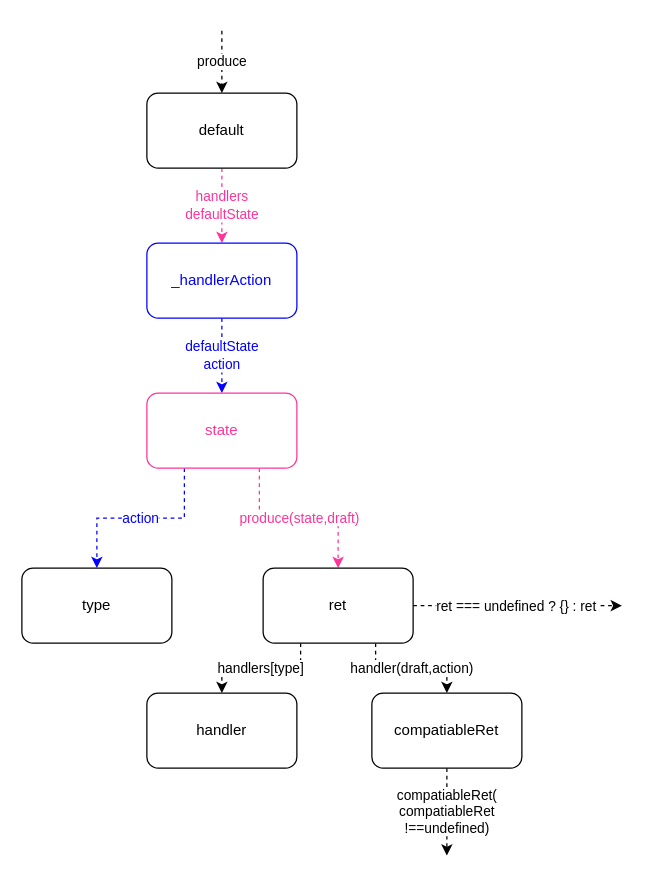
This is page "immer/src/index" (1 of 4) of background-flutter/other/Dva-dva-immer/loading.drawio from hexipei/draw.io, a draw.io file, before an edit. Source tidied: cells renumbered, new cells numbered last; positions are measured from the earlier drawing's top-left corner, leaving out a move shared by most shapes. Both pictures are drawn from the tidied source at 125%, with x=0, y=0 at pixel (21, 30).
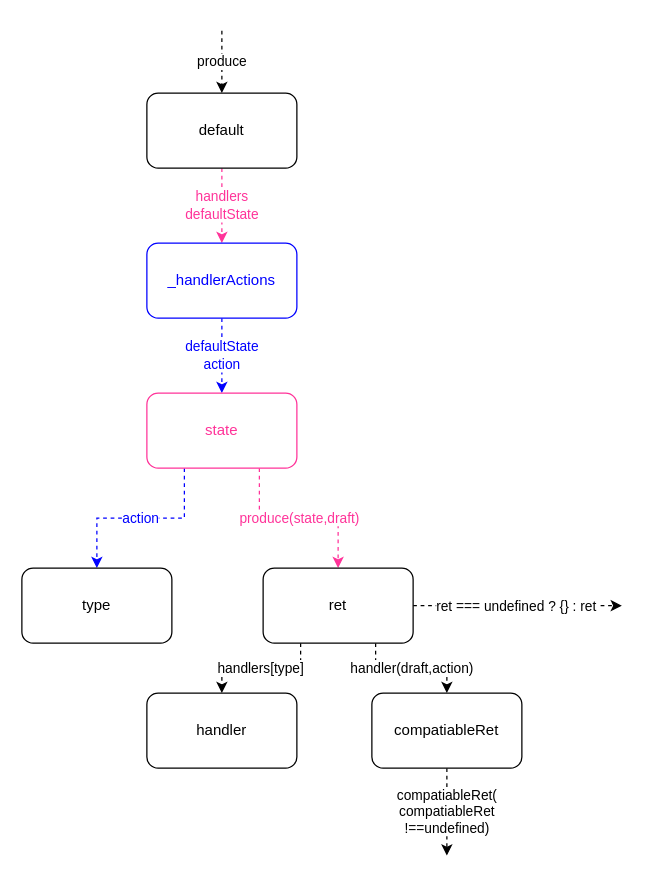
The same diagram, later.

Diff of the diagram source:
```diff
@@
 <mxGraphModel>
   <root>
     <mxCell id="0" />
     <mxCell id="1" parent="0" />
     <mxCell id="2" value="handlers&lt;br&gt;defaultState" style="edgeStyle=orthogonalEdgeStyle;rounded=0;jettySize=auto;html=1;exitX=0.5;exitY=1;exitDx=0;exitDy=0;entryX=0.5;entryY=0;entryDx=0;entryDy=0;dashed=1;fontColor=#FF3399;strokeColor=#FF3399;" parent="1" edge="1" source="3" target="6">
       <mxGeometry relative="1" as="geometry" />
     </mxCell>
     <mxCell id="3" value="default" style="rounded=1;whiteSpace=wrap;html=1;" parent="1" vertex="1">
       <mxGeometry x="100" y="50" width="120" height="60" as="geometry" />
     </mxCell>
     <mxCell id="4" value="produce" style="endArrow=classic;html=1;entryX=0.5;entryY=0;entryDx=0;entryDy=0;dashed=1;" parent="1" edge="1" target="3">
       <mxGeometry relative="1" as="geometry">
         <mxPoint x="160" as="sourcePoint" />
       </mxGeometry>
     </mxCell>
     <mxCell id="5" value="defaultState&lt;br&gt;action" style="edgeStyle=orthogonalEdgeStyle;rounded=0;jettySize=auto;html=1;exitX=0.5;exitY=1;exitDx=0;exitDy=0;entryX=0.5;entryY=0;entryDx=0;entryDy=0;dashed=1;strokeColor=#0000FF;fontColor=#0000FF;" parent="1" edge="1" source="6" target="9">
       <mxGeometry relative="1" as="geometry" />
     </mxCell>
-    <mxCell id="6" value="_handlerAction" style="rounded=1;whiteSpace=wrap;html=1;strokeColor=#0000FF;fontColor=#0000FF;" parent="1" vertex="1">
+    <mxCell id="6" value="_handlerActions" style="rounded=1;whiteSpace=wrap;html=1;strokeColor=#0000FF;fontColor=#0000FF;" parent="1" vertex="1">
       <mxGeometry x="100" y="170" width="120" height="60" as="geometry" />
     </mxCell>
     <mxCell id="7" value="action" style="edgeStyle=orthogonalEdgeStyle;rounded=0;jettySize=auto;html=1;exitX=0.25;exitY=1;exitDx=0;exitDy=0;entryX=0.5;entryY=0;entryDx=0;entryDy=0;dashed=1;strokeColor=#0000FF;fontColor=#0000FF;" parent="1" edge="1" source="9" target="10">
       <mxGeometry relative="1" as="geometry" />
     </mxCell>
     <mxCell id="8" value="produce(state,draft)" style="edgeStyle=orthogonalEdgeStyle;rounded=0;jettySize=auto;html=1;exitX=0.75;exitY=1;exitDx=0;exitDy=0;entryX=0.5;entryY=0;entryDx=0;entryDy=0;dashed=1;fontColor=#FF3399;strokeColor=#FF3399;" parent="1" edge="1" source="9" target="14">
       <mxGeometry relative="1" as="geometry" />
     </mxCell>
     <mxCell id="9" value="state" style="rounded=1;whiteSpace=wrap;html=1;fontColor=#FF3399;strokeColor=#FF3399;" parent="1" vertex="1">
       <mxGeometry x="100" y="290" width="120" height="60" as="geometry" />
     </mxCell>
     <mxCell id="10" value="type" style="rounded=1;whiteSpace=wrap;html=1;" parent="1" vertex="1">
       <mxGeometry y="430" width="120" height="60" as="geometry" />
     </mxCell>
     <mxCell id="11" value="handlers[type]" style="edgeStyle=orthogonalEdgeStyle;rounded=0;jettySize=auto;html=1;exitX=0.25;exitY=1;exitDx=0;exitDy=0;entryX=0.5;entryY=0;entryDx=0;entryDy=0;dashed=1;" parent="1" edge="1" source="14" target="15">
       <mxGeometry relative="1" as="geometry" />
     </mxCell>
     <mxCell id="12" value="handler(draft,action)" style="edgeStyle=orthogonalEdgeStyle;rounded=0;jettySize=auto;html=1;exitX=0.75;exitY=1;exitDx=0;exitDy=0;entryX=0.5;entryY=0;entryDx=0;entryDy=0;dashed=1;" parent="1" edge="1" source="14" target="17">
       <mxGeometry relative="1" as="geometry" />
     </mxCell>
     <mxCell id="13" value="ret === undefined ? {} : ret&amp;nbsp;" style="edgeStyle=orthogonalEdgeStyle;rounded=0;jettySize=auto;html=1;exitX=1;exitY=0.5;exitDx=0;exitDy=0;dashed=1;" parent="1" edge="1" source="14">
       <mxGeometry relative="1" as="geometry">
         <mxPoint x="480" y="460" as="targetPoint" />
       </mxGeometry>
     </mxCell>
     <mxCell id="14" value="ret" style="rounded=1;whiteSpace=wrap;html=1;" parent="1" vertex="1">
       <mxGeometry x="193" y="430" width="120" height="60" as="geometry" />
     </mxCell>
     <mxCell id="15" value="handler" style="rounded=1;whiteSpace=wrap;html=1;" parent="1" vertex="1">
       <mxGeometry x="100" y="530" width="120" height="60" as="geometry" />
     </mxCell>
     <mxCell id="16" value="compatiableRet(&lt;br&gt;compatiableRet&lt;br&gt;!==undefined)" style="edgeStyle=orthogonalEdgeStyle;rounded=0;jettySize=auto;html=1;exitX=0.5;exitY=1;exitDx=0;exitDy=0;dashed=1;" parent="1" edge="1" source="17">
       <mxGeometry relative="1" as="geometry">
         <mxPoint x="340" y="660" as="targetPoint" />
       </mxGeometry>
     </mxCell>
     <mxCell id="17" value="compatiableRet" style="rounded=1;whiteSpace=wrap;html=1;" parent="1" vertex="1">
       <mxGeometry x="280" y="530" width="120" height="60" as="geometry" />
     </mxCell>
   </root>
 </mxGraphModel>
```
